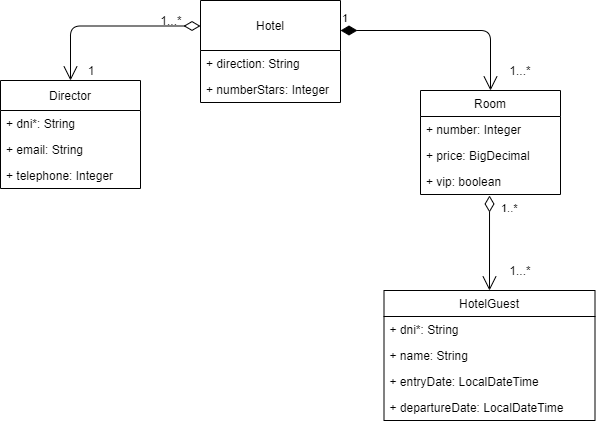
This is docs/hotel.models.png from miw-upm/apaw-practice, a draw.io export, as it was before one commit. Source tidied: cells renumbered, new cells last; positions are measured from the earlier drawing's top-left corner, leaving out a move shared by most shapes.
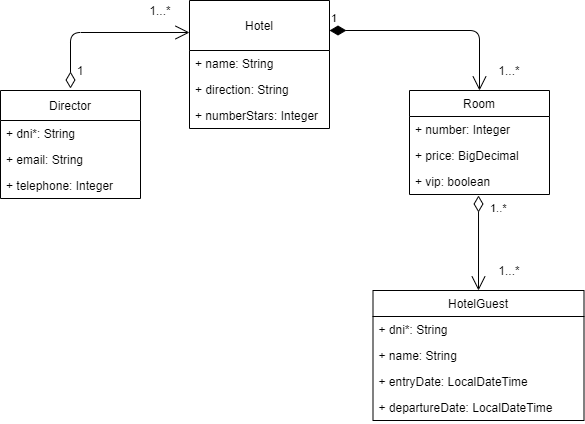
The same diagram one commit later.

Commit message:
Hotel Model and Hotel Entity fixed #127

What changed in the source:
```diff
@@ -3,16 +3,19 @@
     <mxCell id="0" />
     <mxCell id="1" parent="0" />
     <mxCell id="2" value="Hotel" style="swimlane;fontStyle=0;horizontal=1;startSize=50;fillColor=none;hachureGap=4;" parent="1" vertex="1">
-      <mxGeometry x="200" width="140" height="102" as="geometry" />
+      <mxGeometry x="200" width="140" height="128" as="geometry" />
     </mxCell>
+    <mxCell id="26" value="+ name: String" style="text;strokeColor=none;fillColor=none;align=left;verticalAlign=top;spacingLeft=4;spacingRight=4;overflow=hidden;" parent="2" vertex="1">
+      <mxGeometry y="50" width="140" height="26" as="geometry" />
+    </mxCell>
     <mxCell id="3" value="+ direction: String" style="text;strokeColor=none;fillColor=none;align=left;verticalAlign=top;spacingLeft=4;spacingRight=4;overflow=hidden;" parent="2" vertex="1">
-      <mxGeometry y="50" width="140" height="26" as="geometry" />
+      <mxGeometry y="76" width="140" height="26" as="geometry" />
     </mxCell>
     <mxCell id="4" value="+ numberStars: Integer" style="text;strokeColor=none;fillColor=none;align=left;verticalAlign=top;spacingLeft=4;spacingRight=4;overflow=hidden;" parent="2" vertex="1">
-      <mxGeometry y="76" width="140" height="26" as="geometry" />
+      <mxGeometry y="102" width="140" height="26" as="geometry" />
     </mxCell>
     <mxCell id="5" value="Director" style="swimlane;fontStyle=0;horizontal=1;startSize=30;fillColor=none;hachureGap=4;" parent="1" vertex="1">
-      <mxGeometry y="80" width="140" height="108" as="geometry" />
+      <mxGeometry x="11" y="90" width="140" height="108" as="geometry" />
     </mxCell>
     <mxCell id="6" value="+ dni*: String" style="text;strokeColor=none;fillColor=none;align=left;verticalAlign=top;spacingLeft=4;spacingRight=4;overflow=hidden;" parent="5" vertex="1">
       <mxGeometry y="30" width="140" height="26" as="geometry" />
@@ -65,13 +68,18 @@
       <mxGeometry x="500" y="250" width="40" height="40" as="geometry" />
     </mxCell>
     <mxCell id="22" value="1...*" style="text;html=1;strokeColor=none;fillColor=none;align=center;verticalAlign=middle;whiteSpace=wrap;rounded=0;hachureGap=4;" parent="1" vertex="1">
-      <mxGeometry x="151" y="10" width="40" height="20" as="geometry" />
+      <mxGeometry x="151" width="40" height="20" as="geometry" />
     </mxCell>
     <mxCell id="23" value="1" style="text;html=1;strokeColor=none;fillColor=none;align=center;verticalAlign=middle;whiteSpace=wrap;rounded=0;hachureGap=4;" parent="1" vertex="1">
       <mxGeometry x="71" y="60" width="40" height="20" as="geometry" />
     </mxCell>
-    <mxCell id="24" style="endArrow=open;html=1;endSize=12;startArrow=diamondThin;startSize=14;startFill=0;edgeStyle=orthogonalEdgeStyle;sourcePerimeterSpacing=8;targetPerimeterSpacing=8;entryX=0.5;entryY=0;entryDx=0;entryDy=0;exitX=0;exitY=0.25;exitDx=0;exitDy=0;" parent="1" edge="1" source="2" target="5">
-      <mxGeometry x="-0.16" y="-30" relative="1" as="geometry" />
+    <mxCell id="24" style="endArrow=open;html=1;endSize=12;startArrow=diamondThin;startSize=14;startFill=0;edgeStyle=orthogonalEdgeStyle;sourcePerimeterSpacing=8;targetPerimeterSpacing=8;entryX=0;entryY=0.25;entryDx=0;entryDy=0;" parent="1" edge="1" target="2">
+      <mxGeometry x="-0.16" y="-30" relative="1" as="geometry">
+        <mxPoint x="81" y="88" as="sourcePoint" />
+        <Array as="points">
+          <mxPoint x="81" y="32" />
+        </Array>
+      </mxGeometry>
     </mxCell>
     <mxCell id="25" value="1" style="endArrow=open;html=1;endSize=12;startArrow=diamondThin;startSize=14;startFill=1;edgeStyle=orthogonalEdgeStyle;align=left;verticalAlign=bottom;sourcePerimeterSpacing=8;targetPerimeterSpacing=8;entryX=0.5;entryY=0;entryDx=0;entryDy=0;" parent="1" edge="1" target="14">
       <mxGeometry x="-1" y="3" relative="1" as="geometry">
```
